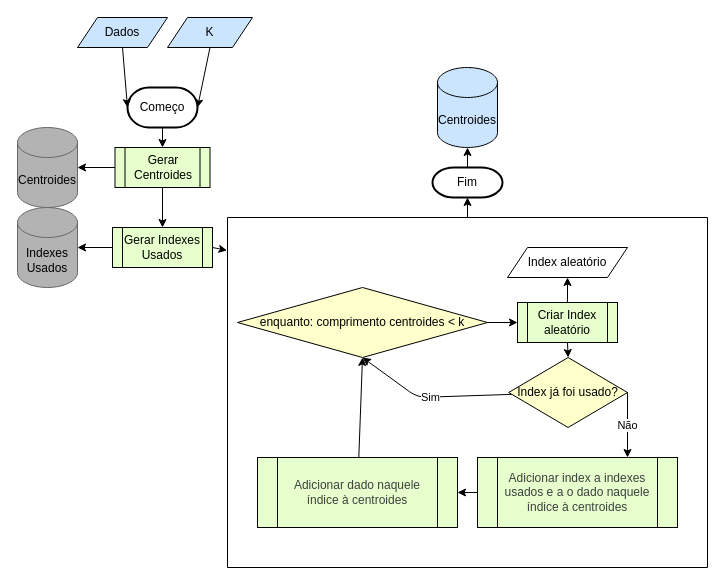
El0wki/Classificadores keeps this draw.io diagram as clusterizer/kmeansio/initCentroids.drawio. Above is the earlier version. Source tidied: cells renumbered, new cells numbered last; positions are measured from the earlier drawing's top-left corner, leaving out a move shared by most shapes. Both pictures are drawn from the tidied source at 100%, with x=0, y=0 at pixel (17, 17).
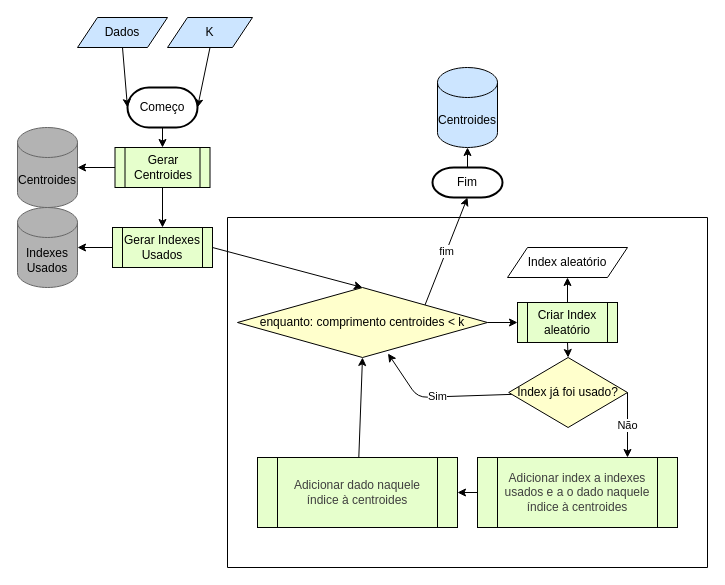
After the change.

Unchanged cells that the change refers to:
```xml
<mxCell id="7" value="Fim" style="strokeWidth=2;html=1;shape=mxgraph.flowchart.terminator;whiteSpace=wrap;" parent="1" vertex="1">
  <mxGeometry x="415" y="150" width="70" height="30" as="geometry" />
</mxCell>
<mxCell id="14" style="swimlane;startSize=0;" parent="1" vertex="1">
  <mxGeometry x="210" y="200" width="480" height="350" as="geometry" />
</mxCell>
<mxCell id="16" value="enquanto: comprimento centroides &amp;lt; k" style="rhombus;whiteSpace=wrap;html=1;shadow=0;fillColor=#FFFFCC;" parent="14" vertex="1">
  <mxGeometry x="10" y="70" width="250" height="70" as="geometry" />
</mxCell>
<mxCell id="19" value="Index já foi usado?" style="rhombus;whiteSpace=wrap;html=1;shadow=0;fillColor=#FFFFCC;" parent="14" vertex="1">
  <mxGeometry x="281.2" y="140" width="118.8" height="70" as="geometry" />
</mxCell>
<mxCell id="29" value="Gerar Indexes Usados" style="shape=process;whiteSpace=wrap;html=1;backgroundOutline=1;fillColor=#E6FFCC;" parent="1" vertex="1">
  <mxGeometry x="95" y="210" width="100" height="40" as="geometry" />
</mxCell>
```

The edit, as a diff of the source:
```diff
@@
-    <mxCell id="18" value="Sim" style="edgeStyle=none;html=1;entryX=0.5;entryY=1;entryDx=0;entryDy=0;" parent="14" edge="1" source="19" target="16">
+    <mxCell id="18" value="Sim" style="edgeStyle=none;html=1;entryX=0.602;entryY=0.943;entryDx=0;entryDy=0;entryPerimeter=0;" parent="14" edge="1" source="19" target="16">
       <mxGeometry relative="1" as="geometry">
         <Array as="points">
           <mxPoint x="190" y="180" />
         </Array>
       </mxGeometry>
     </mxCell>
@@
+    <mxCell id="35" style="edgeStyle=none;html=1;exitX=1;exitY=0.5;exitDx=0;exitDy=0;entryX=0.5;entryY=0;entryDx=0;entryDy=0;" parent="1" edge="1" source="29" target="16">
+      <mxGeometry relative="1" as="geometry" />
+    </mxCell>
@@
-    <mxCell id="32" style="edgeStyle=none;html=1;exitX=1;exitY=0.5;exitDx=0;exitDy=0;entryX=-0.001;entryY=0.094;entryDx=0;entryDy=0;entryPerimeter=0;" parent="1" edge="1" source="29" target="14">
-      <mxGeometry relative="1" as="geometry" />
-    </mxCell>
@@
-    <mxCell id="34" style="edgeStyle=none;html=1;exitX=0.5;exitY=0;exitDx=0;exitDy=0;entryX=0.5;entryY=1;entryDx=0;entryDy=0;entryPerimeter=0;" parent="1" edge="1" source="14" target="7">
-      <mxGeometry relative="1" as="geometry" />
-    </mxCell>
+    <mxCell id="36" value="fim" style="edgeStyle=none;html=1;exitX=1;exitY=0;exitDx=0;exitDy=0;entryX=0.5;entryY=1;entryDx=0;entryDy=0;entryPerimeter=0;" parent="1" edge="1" source="16" target="7">
+      <mxGeometry relative="1" as="geometry" />
+    </mxCell>
```
